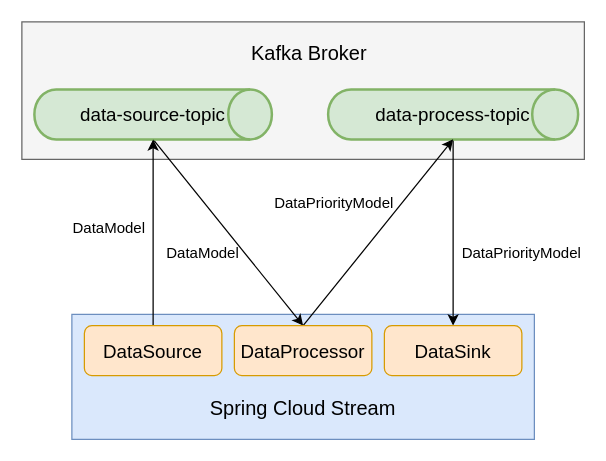
Above: drawio/spring/spring-cloud-stream-source-processor-sink-1.drawio in windowforsun/blog (draw.io), before the change. Source tidied: cells renumbered, new cells numbered last; positions are measured from the earlier drawing's top-left corner, leaving out a move shared by most shapes. Both pictures are drawn from the tidied source at 125%, with x=0, y=0 at pixel (21, 21).
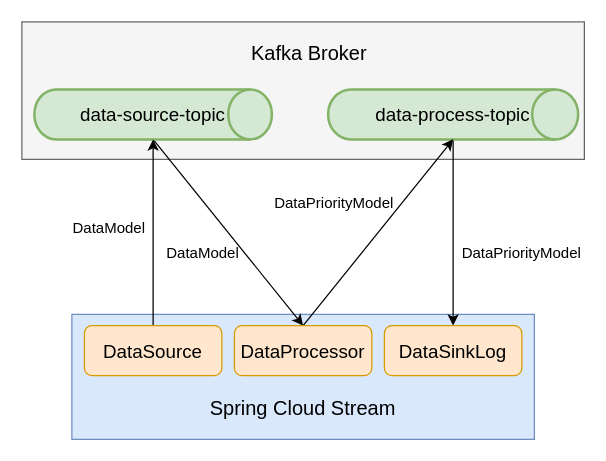
Above is the later version.

Diff of the diagram source:
```diff
@@
 <mxGraphModel>
   <root>
     <mxCell id="0" />
     <mxCell id="1" parent="0" />
     <mxCell id="2" style="rounded=0;whiteSpace=wrap;html=1;fillColor=#dae8fc;strokeColor=#6c8ebf;" parent="1" vertex="1">
       <mxGeometry x="40" y="234" width="370" height="100" as="geometry" />
     </mxCell>
     <mxCell id="3" style="rounded=0;whiteSpace=wrap;html=1;fillColor=#f5f5f5;fontColor=#333333;strokeColor=#666666;" parent="1" vertex="1">
       <mxGeometry width="450" height="110" as="geometry" />
     </mxCell>
     <mxCell id="4" style="rounded=0;jettySize=auto;html=1;exitX=0.5;exitY=1;exitDx=0;exitDy=0;exitPerimeter=0;entryX=0.5;entryY=0;entryDx=0;entryDy=0;" parent="1" edge="1" source="5" target="12">
       <mxGeometry relative="1" as="geometry" />
     </mxCell>
     <mxCell id="5" value="&lt;font style=&quot;font-size: 15px;&quot;&gt;data-source-topic&lt;/font&gt;" style="strokeWidth=2;html=1;shape=mxgraph.flowchart.direct_data;whiteSpace=wrap;fillColor=#d5e8d4;strokeColor=#82b366;" parent="1" vertex="1">
       <mxGeometry x="10" y="54" width="190" height="40" as="geometry" />
     </mxCell>
     <mxCell id="6" style="rounded=0;jettySize=auto;html=1;exitX=0.5;exitY=1;exitDx=0;exitDy=0;exitPerimeter=0;entryX=0.5;entryY=0;entryDx=0;entryDy=0;" parent="1" edge="1" source="7" target="13">
       <mxGeometry relative="1" as="geometry" />
     </mxCell>
     <mxCell id="7" value="&lt;font style=&quot;font-size: 15px;&quot;&gt;data-process-topic&lt;/font&gt;" style="strokeWidth=2;html=1;shape=mxgraph.flowchart.direct_data;whiteSpace=wrap;align=center;fillColor=#d5e8d4;strokeColor=#82b366;" parent="1" vertex="1">
       <mxGeometry x="245" y="54" width="200" height="40" as="geometry" />
     </mxCell>
     <mxCell id="8" value="&lt;font style=&quot;font-size: 16px;&quot;&gt;Kafka Broker&lt;/font&gt;" style="text;html=1;strokeColor=none;fillColor=none;align=center;verticalAlign=middle;whiteSpace=wrap;rounded=0;" parent="1" vertex="1">
       <mxGeometry x="175" y="10" width="110" height="30" as="geometry" />
     </mxCell>
     <mxCell id="9" style="rounded=0;jettySize=auto;html=1;exitX=0.5;exitY=0;exitDx=0;exitDy=0;" parent="1" edge="1" source="10" target="5">
       <mxGeometry relative="1" as="geometry" />
     </mxCell>
     <mxCell id="10" value="&lt;font style=&quot;font-size: 15px;&quot;&gt;DataSource&lt;/font&gt;" style="rounded=1;whiteSpace=wrap;html=1;fillColor=#ffe6cc;strokeColor=#d79b00;" parent="1" vertex="1">
       <mxGeometry x="50" y="243" width="110" height="40" as="geometry" />
     </mxCell>
     <mxCell id="11" style="rounded=0;jettySize=auto;html=1;exitX=0.5;exitY=0;exitDx=0;exitDy=0;entryX=0.5;entryY=1;entryDx=0;entryDy=0;entryPerimeter=0;" parent="1" edge="1" source="12" target="7">
       <mxGeometry relative="1" as="geometry" />
     </mxCell>
     <mxCell id="12" value="&lt;font style=&quot;font-size: 15px;&quot;&gt;DataProcessor&lt;/font&gt;" style="rounded=1;whiteSpace=wrap;html=1;fillColor=#ffe6cc;strokeColor=#d79b00;" parent="1" vertex="1">
       <mxGeometry x="170" y="243" width="110" height="40" as="geometry" />
     </mxCell>
-    <mxCell id="13" value="&lt;font style=&quot;font-size: 15px;&quot;&gt;DataSink&lt;/font&gt;" style="rounded=1;whiteSpace=wrap;html=1;fillColor=#ffe6cc;strokeColor=#d79b00;" parent="1" vertex="1">
+    <mxCell id="13" value="&lt;font style=&quot;font-size: 15px;&quot;&gt;DataSinkLog&lt;/font&gt;" style="rounded=1;whiteSpace=wrap;html=1;fillColor=#ffe6cc;strokeColor=#d79b00;" parent="1" vertex="1">
       <mxGeometry x="290" y="243" width="110" height="40" as="geometry" />
     </mxCell>
     <mxCell id="14" value="&lt;font style=&quot;font-size: 16px;&quot;&gt;Spring Cloud Stream&lt;/font&gt;" style="text;html=1;strokeColor=none;fillColor=none;align=center;verticalAlign=middle;whiteSpace=wrap;rounded=0;" parent="1" vertex="1">
       <mxGeometry x="140" y="294" width="170" height="30" as="geometry" />
     </mxCell>
     <mxCell id="15" value="&lt;font style=&quot;font-size: 12px;&quot;&gt;DataModel&lt;/font&gt;" style="text;html=1;strokeColor=none;fillColor=none;align=center;verticalAlign=middle;whiteSpace=wrap;rounded=0;" parent="1" vertex="1">
       <mxGeometry x="40" y="150" width="60" height="30" as="geometry" />
     </mxCell>
     <mxCell id="16" value="&lt;font style=&quot;font-size: 12px;&quot;&gt;DataModel&lt;/font&gt;" style="text;html=1;strokeColor=none;fillColor=none;align=center;verticalAlign=middle;whiteSpace=wrap;rounded=0;" parent="1" vertex="1">
       <mxGeometry x="115" y="170" width="60" height="30" as="geometry" />
     </mxCell>
     <mxCell id="17" value="&lt;font style=&quot;font-size: 12px;&quot;&gt;DataPriorityModel&lt;/font&gt;" style="text;html=1;strokeColor=none;fillColor=none;align=center;verticalAlign=middle;whiteSpace=wrap;rounded=0;" parent="1" vertex="1">
       <mxGeometry x="220" y="130" width="60" height="30" as="geometry" />
     </mxCell>
     <mxCell id="18" value="&lt;font style=&quot;font-size: 12px;&quot;&gt;DataPriorityModel&lt;/font&gt;" style="text;html=1;strokeColor=none;fillColor=none;align=center;verticalAlign=middle;whiteSpace=wrap;rounded=0;" parent="1" vertex="1">
       <mxGeometry x="370" y="170" width="60" height="30" as="geometry" />
     </mxCell>
   </root>
 </mxGraphModel>
```
